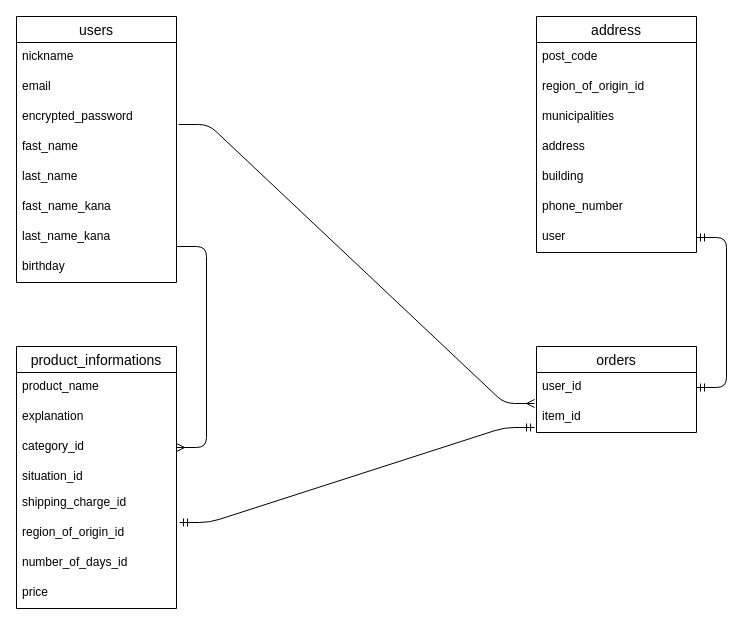
Earlier version of the draw.io diagram furima.dio (satsukirain/furima-38697). Source tidied: cells renumbered, new cells numbered last; positions are measured from the earlier drawing's top-left corner, leaving out a move shared by most shapes. Both pictures are drawn from the tidied source at 100%, with x=0, y=0 at pixel (16, 16).
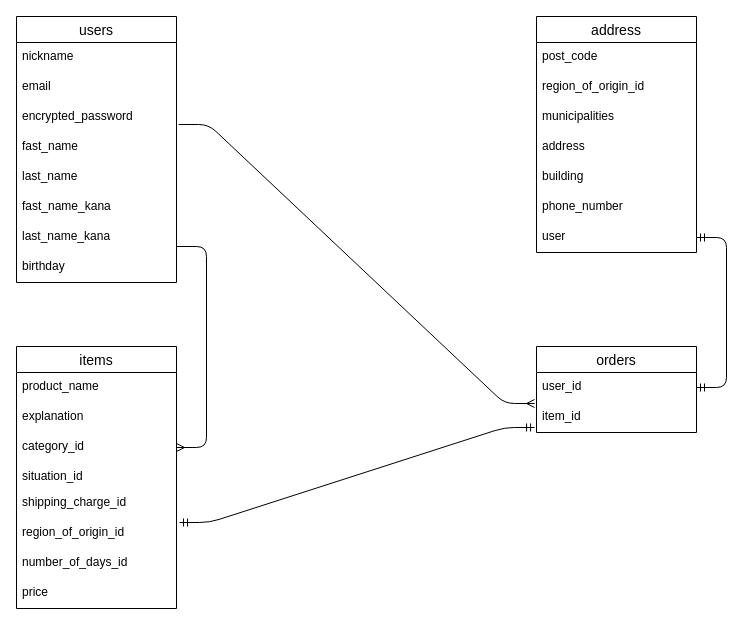
The same diagram, later.

The edit, as a diff of the source:
```diff
@@
-    <mxCell id="10" value="product_informations" style="swimlane;fontStyle=0;horizontal=1;startSize=26;align=center;fontSize=14;" parent="1" vertex="1">
+    <mxCell id="10" value="items" style="swimlane;fontStyle=0;horizontal=1;startSize=26;align=center;fontSize=14;" parent="1" vertex="1">
       <mxGeometry y="330" width="160" height="262" as="geometry" />
     </mxCell>
```
